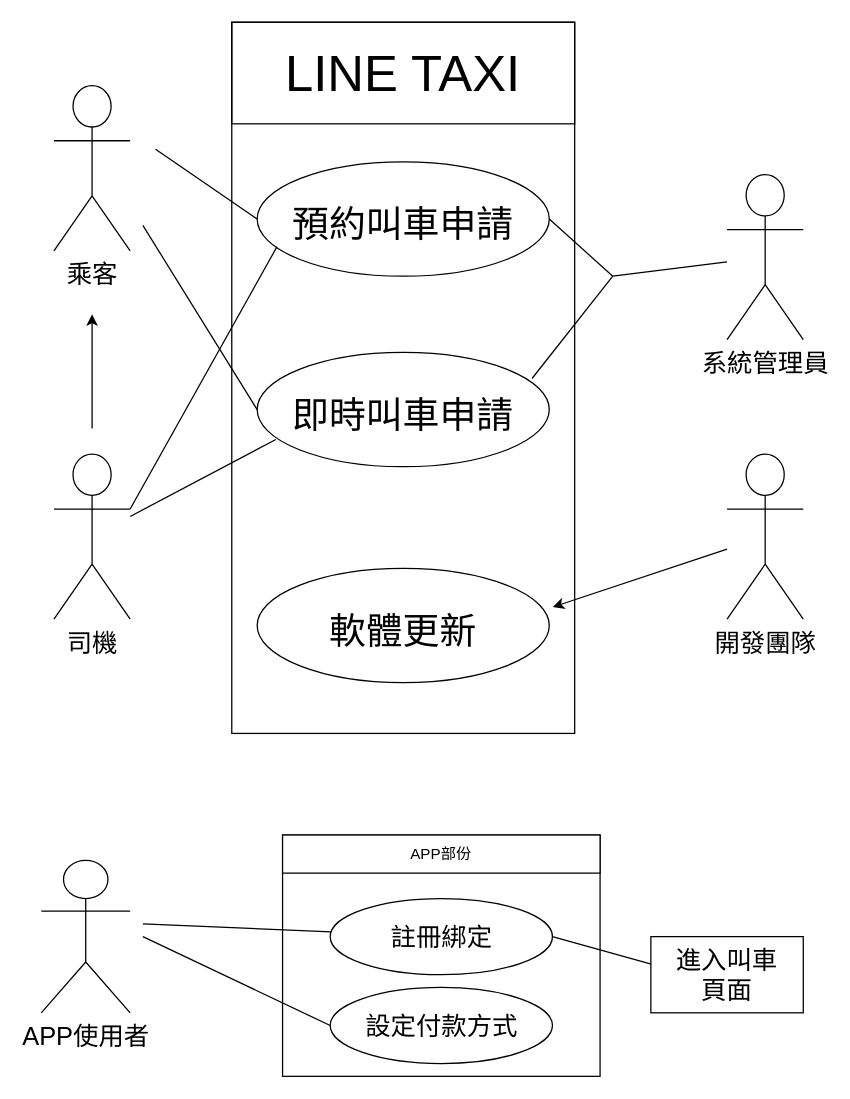
The draw.io diagram 系統案例圖.drawio in Yusheng0728/FinalPorject112-2, before the edit. Source tidied: cells renumbered, new cells numbered last; positions are measured from the earlier drawing's top-left corner, leaving out a move shared by most shapes. Both pictures are drawn from the tidied source at 127%, with x=0, y=0 at pixel (41, 22).
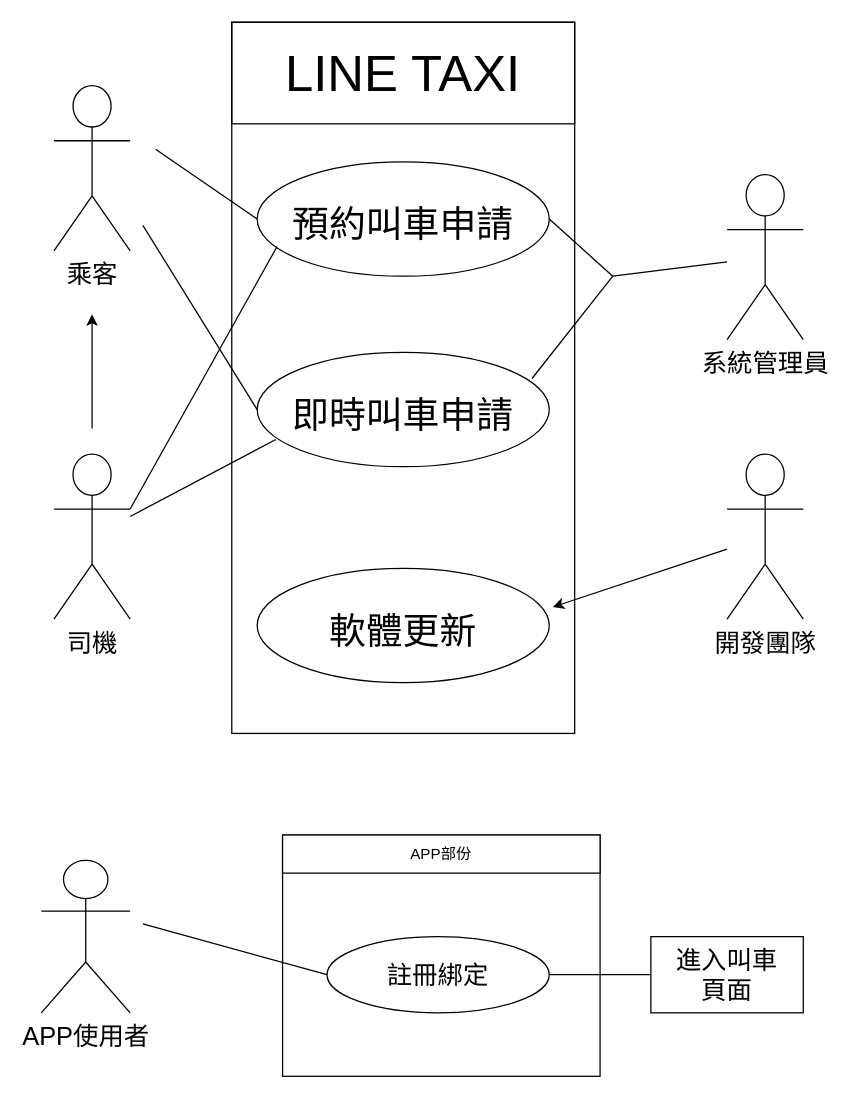
Above is the later version.

Change to the diagram source:
```diff
@@
     <mxCell id="24" value="&lt;font style=&quot;font-size: 20px;&quot;&gt;註冊綁定&lt;/font&gt;" style="ellipse;whiteSpace=wrap;html=1;" parent="1" vertex="1">
-      <mxGeometry x="227.5" y="690" width="175" height="60" as="geometry" />
+      <mxGeometry x="225" y="720" width="175" height="60" as="geometry" />
     </mxCell>
-    <mxCell id="25" value="&lt;font style=&quot;font-size: 20px;&quot;&gt;設定付款方式&lt;/font&gt;" style="ellipse;whiteSpace=wrap;html=1;" parent="1" vertex="1">
-      <mxGeometry x="227.5" y="760" width="175" height="60" as="geometry" />
-    </mxCell>
-    <mxCell id="26" style="edgeStyle=none;html=1;fontSize=20;endArrow=none;endFill=0;" parent="1" edge="1" target="24">
+    <mxCell id="26" style="edgeStyle=none;html=1;fontSize=20;endArrow=none;endFill=0;entryX=0;entryY=0.5;entryDx=0;entryDy=0;" parent="1" edge="1" target="24">
       <mxGeometry relative="1" as="geometry">
         <mxPoint x="80" y="710" as="sourcePoint" />
       </mxGeometry>
     </mxCell>
@@
-    <mxCell id="28" style="edgeStyle=none;html=1;fontSize=20;endArrow=none;endFill=0;entryX=0;entryY=0.5;entryDx=0;entryDy=0;" parent="1" edge="1" target="25">
-      <mxGeometry relative="1" as="geometry">
-        <mxPoint x="80" y="720" as="sourcePoint" />
-      </mxGeometry>
-    </mxCell>
```
